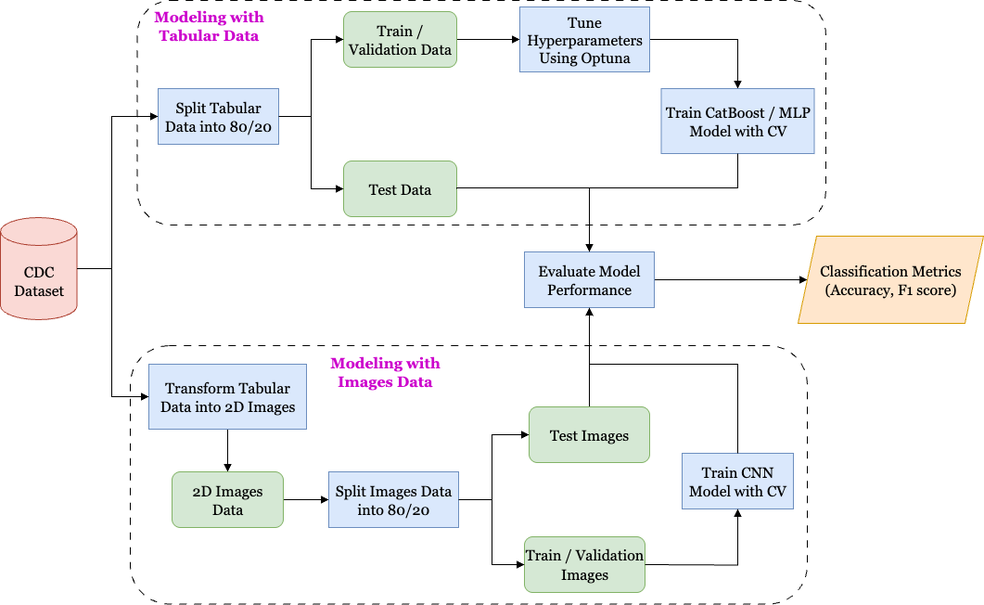
Above: img/methodology.png in shenghaowang/VitaScreen (draw.io), before the change. Source tidied: cells renumbered, new cells last; positions are measured from the earlier drawing's top-left corner, leaving out a move shared by most shapes.
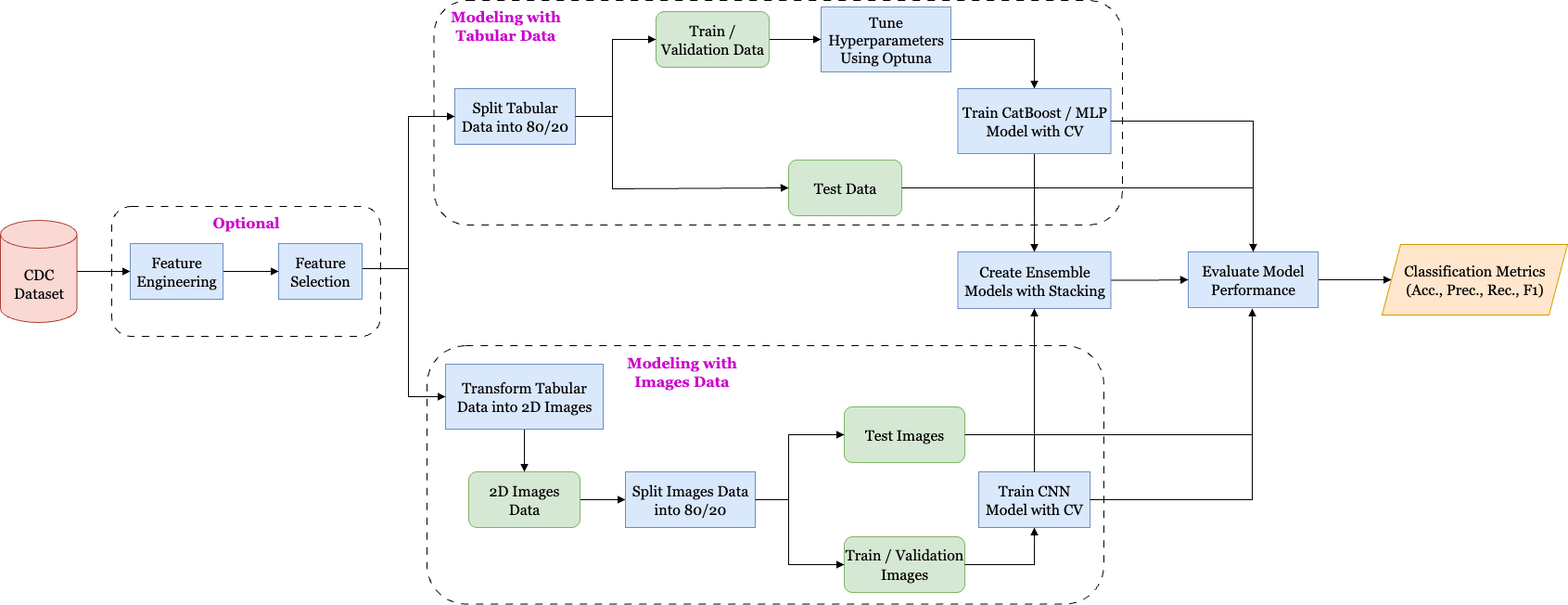
Above is the later version.

Commit message:
Update methodology diagram

The edit, as a diff of the source:
```diff
@@ -2,8 +2,20 @@
   <root>
     <mxCell id="0" />
     <mxCell id="1" parent="0" />
+    <mxCell id="26" style="rounded=1;whiteSpace=wrap;html=1;fillColor=none;dashed=1;dashPattern=8 8;" parent="1" vertex="1">
+      <mxGeometry x="147.5" width="742.5" height="242" as="geometry" />
+    </mxCell>
+    <mxCell id="27" style="rounded=1;whiteSpace=wrap;html=1;dashed=1;dashPattern=8 8;fillColor=none;glass=0;" parent="1" vertex="1">
+      <mxGeometry x="140" y="372" width="730" height="278.5" as="geometry" />
+    </mxCell>
+    <mxCell id="36" style="rounded=1;whiteSpace=wrap;html=1;fillStyle=auto;fillColor=none;dashed=1;dashPattern=8 8;" parent="1" vertex="1">
+      <mxGeometry x="-200" y="222" width="290" height="140" as="geometry" />
+    </mxCell>
+    <mxCell id="37" style="edgeStyle=orthogonalEdgeStyle;rounded=0;jettySize=auto;html=1;entryX=0;entryY=0.5;entryDx=0;entryDy=0;endArrow=block;endFill=1;" parent="1" edge="1" source="2" target="41">
+      <mxGeometry relative="1" as="geometry" />
+    </mxCell>
     <mxCell id="2" value="&lt;font face=&quot;Georgia&quot; style=&quot;font-size: 16px;&quot;&gt;CDC Dataset&lt;/font&gt;" style="shape=cylinder3;whiteSpace=wrap;html=1;boundedLbl=1;backgroundOutline=1;size=15;fillColor=#fad9d5;strokeColor=#ae4132;" parent="1" vertex="1">
-      <mxGeometry y="234" width="82.5" height="110" as="geometry" />
+      <mxGeometry x="-320" y="237" width="82.5" height="110" as="geometry" />
     </mxCell>
     <mxCell id="3" value="&lt;font face=&quot;Georgia&quot; style=&quot;font-size: 16px;&quot;&gt;Split Tabular Data into 80/20&lt;/font&gt;" style="rounded=0;whiteSpace=wrap;html=1;fillColor=#dae8fc;strokeColor=#6c8ebf;" parent="1" vertex="1">
       <mxGeometry x="170" y="95" width="130" height="60" as="geometry" />
@@ -18,23 +30,36 @@
       <mxGeometry relative="1" as="geometry" />
     </mxCell>
     <mxCell id="7" value="&lt;font face=&quot;Georgia&quot; style=&quot;font-size: 16px;&quot;&gt;Train / Validation Data&lt;/font&gt;" style="rounded=1;whiteSpace=wrap;html=1;fillColor=#d5e8d4;strokeColor=#82b366;" parent="1" vertex="1">
-      <mxGeometry x="370" y="12" width="122" height="60" as="geometry" />
+      <mxGeometry x="387" y="12" width="122" height="60" as="geometry" />
     </mxCell>
     <mxCell id="8" value="&lt;font face=&quot;Georgia&quot; style=&quot;font-size: 16px;&quot;&gt;Test Data&lt;/font&gt;" style="rounded=1;whiteSpace=wrap;html=1;fillColor=#d5e8d4;strokeColor=#82b366;" parent="1" vertex="1">
-      <mxGeometry x="370" y="173" width="122" height="60" as="geometry" />
+      <mxGeometry x="530" y="172" width="122" height="60" as="geometry" />
     </mxCell>
     <mxCell id="9" style="endArrow=block;html=1;rounded=0;exitX=1;exitY=0.5;exitDx=0;exitDy=0;entryX=0;entryY=0.5;entryDx=0;entryDy=0;edgeStyle=orthogonalEdgeStyle;endFill=1;" parent="1" edge="1" source="3" target="7">
-      <mxGeometry relative="1" as="geometry" />
+      <mxGeometry relative="1" as="geometry">
+        <Array as="points">
+          <mxPoint x="340" y="125" />
+          <mxPoint x="340" y="42" />
+        </Array>
+      </mxGeometry>
     </mxCell>
-    <mxCell id="10" style="endArrow=block;html=1;rounded=0;exitX=1;exitY=0.5;exitDx=0;exitDy=0;entryX=0;entryY=0.5;entryDx=0;entryDy=0;edgeStyle=orthogonalEdgeStyle;endFill=1;" parent="1" edge="1" source="3" target="8">
-      <mxGeometry relative="1" as="geometry" />
+    <mxCell id="10" style="endArrow=block;html=1;rounded=0;exitX=1;exitY=0.5;exitDx=0;exitDy=0;edgeStyle=orthogonalEdgeStyle;endFill=1;entryX=0;entryY=0.5;entryDx=0;entryDy=0;" parent="1" edge="1" source="3" target="8">
+      <mxGeometry relative="1" as="geometry">
+        <Array as="points">
+          <mxPoint x="340" y="125" />
+          <mxPoint x="340" y="203" />
+        </Array>
+      </mxGeometry>
     </mxCell>
     <mxCell id="11" style="edgeStyle=orthogonalEdgeStyle;rounded=0;jettySize=auto;html=1;endArrow=block;endFill=1;" parent="1" edge="1" source="12" target="13">
       <mxGeometry relative="1" as="geometry" />
     </mxCell>
     <mxCell id="12" value="&lt;font face=&quot;Georgia&quot; style=&quot;font-size: 16px;&quot;&gt;Tune Hyperparameters Using Optuna&lt;/font&gt;" style="rounded=0;whiteSpace=wrap;html=1;fillColor=#dae8fc;strokeColor=#6c8ebf;" parent="1" vertex="1">
-      <mxGeometry x="560" y="7" width="140" height="70" as="geometry" />
+      <mxGeometry x="565" y="7" width="140" height="70" as="geometry" />
     </mxCell>
+    <mxCell id="38" style="edgeStyle=orthogonalEdgeStyle;rounded=0;jettySize=auto;html=1;endArrow=block;endFill=1;" parent="1" edge="1" source="13" target="44">
+      <mxGeometry relative="1" as="geometry" />
+    </mxCell>
     <mxCell id="13" value="&lt;font face=&quot;Georgia&quot; style=&quot;font-size: 16px;&quot;&gt;Train CatBoost / MLP Model with CV&lt;/font&gt;" style="rounded=0;whiteSpace=wrap;html=1;fillColor=#dae8fc;strokeColor=#6c8ebf;" parent="1" vertex="1">
       <mxGeometry x="712.5" y="95" width="165" height="70" as="geometry" />
     </mxCell>
@@ -42,7 +67,7 @@
       <mxGeometry relative="1" as="geometry" />
     </mxCell>
     <mxCell id="15" value="&lt;font face=&quot;Georgia&quot; style=&quot;font-size: 16px;&quot;&gt;Evaluate Model Performance&lt;/font&gt;" style="rounded=0;whiteSpace=wrap;html=1;fillColor=#dae8fc;strokeColor=#6c8ebf;" parent="1" vertex="1">
-      <mxGeometry x="565" y="271" width="140" height="60" as="geometry" />
+      <mxGeometry x="961" y="271" width="140" height="60" as="geometry" />
     </mxCell>
     <mxCell id="16" style="edgeStyle=orthogonalEdgeStyle;rounded=0;jettySize=auto;html=1;endArrow=block;endFill=1;" parent="1" edge="1" source="17" target="18">
       <mxGeometry relative="1" as="geometry" />
@@ -53,14 +78,11 @@
     <mxCell id="18" value="&lt;font face=&quot;Georgia&quot; style=&quot;font-size: 16px;&quot;&gt;Split Images Data into 80/20&lt;/font&gt;" style="rounded=0;whiteSpace=wrap;html=1;fillColor=#dae8fc;strokeColor=#6c8ebf;" parent="1" vertex="1">
       <mxGeometry x="354" y="508" width="140" height="60" as="geometry" />
     </mxCell>
-    <mxCell id="19" style="edgeStyle=orthogonalEdgeStyle;rounded=0;jettySize=auto;html=1;" parent="1" edge="1" source="20" target="15">
-      <mxGeometry relative="1" as="geometry" />
-    </mxCell>
     <mxCell id="20" value="&lt;font face=&quot;Georgia&quot; style=&quot;font-size: 16px;&quot;&gt;Test Images&lt;/font&gt;" style="rounded=1;whiteSpace=wrap;html=1;fillColor=#d5e8d4;strokeColor=#82b366;" parent="1" vertex="1">
-      <mxGeometry x="570" y="438" width="130" height="60" as="geometry" />
+      <mxGeometry x="590" y="438" width="130" height="60" as="geometry" />
     </mxCell>
     <mxCell id="21" value="&lt;span style=&quot;font-size: 16px;&quot;&gt;&lt;font face=&quot;Georgia&quot;&gt;Train / Validation Images&lt;/font&gt;&lt;/span&gt;" style="rounded=1;whiteSpace=wrap;html=1;fillColor=#d5e8d4;strokeColor=#82b366;" parent="1" vertex="1">
-      <mxGeometry x="565" y="578" width="130" height="60" as="geometry" />
+      <mxGeometry x="590" y="578" width="130" height="60" as="geometry" />
     </mxCell>
     <mxCell id="22" style="endArrow=block;html=1;rounded=0;exitX=1;exitY=0.5;exitDx=0;exitDy=0;entryX=0;entryY=0.5;entryDx=0;entryDy=0;edgeStyle=orthogonalEdgeStyle;endFill=1;" parent="1" edge="1" source="18" target="21">
       <mxGeometry relative="1" as="geometry">
@@ -79,17 +101,11 @@
       </mxGeometry>
     </mxCell>
     <mxCell id="24" value="&lt;font face=&quot;Georgia&quot; style=&quot;font-size: 16px;&quot;&gt;Train CNN&lt;/font&gt;&lt;div&gt;&lt;font face=&quot;Georgia&quot; style=&quot;font-size: 16px;&quot;&gt;Model with CV&lt;/font&gt;&lt;/div&gt;" style="rounded=0;whiteSpace=wrap;html=1;fillColor=#dae8fc;strokeColor=#6c8ebf;" parent="1" vertex="1">
-      <mxGeometry x="735" y="488" width="120" height="60" as="geometry" />
+      <mxGeometry x="735" y="508" width="120" height="60" as="geometry" />
     </mxCell>
-    <mxCell id="25" value="&lt;font face=&quot;Georgia&quot; style=&quot;font-size: 16px;&quot;&gt;Classification Metrics (Accuracy, F1 score)&lt;/font&gt;" style="shape=parallelogram;perimeter=parallelogramPerimeter;whiteSpace=wrap;html=1;fixedSize=1;fillColor=#ffe6cc;strokeColor=#d79b00;" parent="1" vertex="1">
-      <mxGeometry x="860" y="254" width="200" height="94" as="geometry" />
+    <mxCell id="25" value="&lt;font face=&quot;Georgia&quot; style=&quot;font-size: 16px;&quot;&gt;Classification Metrics&lt;/font&gt;&lt;div&gt;&lt;font face=&quot;Georgia&quot; style=&quot;font-size: 16px;&quot;&gt;(Acc., Prec., Rec., F1)&lt;/font&gt;&lt;/div&gt;" style="shape=parallelogram;perimeter=parallelogramPerimeter;whiteSpace=wrap;html=1;fixedSize=1;fillColor=#ffe6cc;strokeColor=#d79b00;" parent="1" vertex="1">
+      <mxGeometry x="1170" y="263" width="200" height="76" as="geometry" />
     </mxCell>
-    <mxCell id="26" style="rounded=1;whiteSpace=wrap;html=1;fillColor=none;dashed=1;dashPattern=8 8;" parent="1" vertex="1">
-      <mxGeometry x="147.5" width="742.5" height="242" as="geometry" />
-    </mxCell>
-    <mxCell id="27" style="rounded=1;whiteSpace=wrap;html=1;dashed=1;dashPattern=8 8;fillColor=none;glass=0;" parent="1" vertex="1">
-      <mxGeometry x="140" y="372" width="730" height="278.5" as="geometry" />
-    </mxCell>
     <mxCell id="28" value="&lt;font face=&quot;Georgia&quot; style=&quot;font-size: 16px; color: rgb(204, 0, 204);&quot;&gt;&lt;b&gt;Modeling with Tabular Data&lt;/b&gt;&lt;/font&gt;" style="text;html=1;align=center;verticalAlign=middle;whiteSpace=wrap;rounded=0;" parent="1" vertex="1">
       <mxGeometry x="160" y="12" width="130" height="30" as="geometry" />
     </mxCell>
@@ -98,48 +114,63 @@
     </mxCell>
     <mxCell id="30" style="endArrow=block;html=1;rounded=0;entryX=0.5;entryY=1;entryDx=0;entryDy=0;edgeStyle=orthogonalEdgeStyle;endFill=1;" parent="1" edge="1" target="24">
       <mxGeometry relative="1" as="geometry">
-        <mxPoint x="695" y="608" as="sourcePoint" />
+        <mxPoint x="720" y="608" as="sourcePoint" />
       </mxGeometry>
     </mxCell>
-    <mxCell id="31" style="endArrow=block;html=1;rounded=0;exitX=0.5;exitY=0;exitDx=0;exitDy=0;entryX=0.5;entryY=1;entryDx=0;entryDy=0;edgeStyle=orthogonalEdgeStyle;endFill=1;" parent="1" edge="1" source="24" target="15">
-      <mxGeometry relative="1" as="geometry">
-        <Array as="points">
-          <mxPoint x="795" y="392" />
-          <mxPoint x="635" y="392" />
-        </Array>
-      </mxGeometry>
-    </mxCell>
-    <mxCell id="32" style="endArrow=block;html=1;rounded=0;exitX=1;exitY=0.5;exitDx=0;exitDy=0;exitPerimeter=0;entryX=0;entryY=0.5;entryDx=0;entryDy=0;edgeStyle=orthogonalEdgeStyle;endFill=1;" parent="1" edge="1" source="2" target="3">
+    <mxCell id="32" style="endArrow=block;html=1;rounded=0;entryX=0;entryY=0.5;entryDx=0;entryDy=0;edgeStyle=orthogonalEdgeStyle;endFill=1;" parent="1" edge="1" target="3">
       <mxGeometry relative="1" as="geometry">
+        <mxPoint x="40" y="292" as="sourcePoint" />
         <Array as="points">
           <mxPoint x="120" y="289" />
           <mxPoint x="120" y="125" />
         </Array>
       </mxGeometry>
     </mxCell>
-    <mxCell id="33" style="endArrow=block;html=1;rounded=0;exitX=1;exitY=0.5;exitDx=0;exitDy=0;exitPerimeter=0;entryX=0;entryY=0.5;entryDx=0;entryDy=0;edgeStyle=orthogonalEdgeStyle;endFill=1;" parent="1" edge="1" source="2" target="5">
+    <mxCell id="33" style="endArrow=block;html=1;rounded=0;exitX=1;exitY=0.5;exitDx=0;exitDy=0;entryX=0;entryY=0.5;entryDx=0;entryDy=0;edgeStyle=orthogonalEdgeStyle;endFill=1;" parent="1" edge="1" source="39" target="5">
       <mxGeometry relative="1" as="geometry">
         <Array as="points">
+          <mxPoint x="40" y="289" />
           <mxPoint x="120" y="289" />
           <mxPoint x="120" y="427" />
         </Array>
       </mxGeometry>
     </mxCell>
+    <mxCell id="39" value="&lt;font face=&quot;Georgia&quot; style=&quot;font-size: 16px;&quot;&gt;Feature Selection&lt;/font&gt;" style="rounded=0;whiteSpace=wrap;html=1;fillColor=#dae8fc;strokeColor=#6c8ebf;" parent="1" vertex="1">
+      <mxGeometry x="-20" y="262" width="90" height="60" as="geometry" />
+    </mxCell>
+    <mxCell id="40" style="edgeStyle=orthogonalEdgeStyle;rounded=0;jettySize=auto;html=1;endArrow=block;endFill=1;" parent="1" edge="1" source="41" target="39">
+      <mxGeometry relative="1" as="geometry" />
+    </mxCell>
+    <mxCell id="41" value="&lt;font face=&quot;Georgia&quot; style=&quot;font-size: 16px;&quot;&gt;Feature Engineering&lt;/font&gt;" style="rounded=0;whiteSpace=wrap;html=1;fillColor=#dae8fc;strokeColor=#6c8ebf;" parent="1" vertex="1">
+      <mxGeometry x="-180" y="262" width="100" height="60" as="geometry" />
+    </mxCell>
+    <mxCell id="42" value="&lt;font face=&quot;Georgia&quot; style=&quot;font-size: 16px; color: rgb(204, 0, 204);&quot;&gt;&lt;b&gt;Optional&lt;/b&gt;&lt;/font&gt;" style="text;html=1;align=center;verticalAlign=middle;whiteSpace=wrap;rounded=0;" parent="1" vertex="1">
+      <mxGeometry x="-150" y="224" width="190" height="30" as="geometry" />
+    </mxCell>
+    <mxCell id="43" style="edgeStyle=orthogonalEdgeStyle;rounded=0;jettySize=auto;html=1;endArrow=block;endFill=1;" parent="1" edge="1" source="44" target="15">
+      <mxGeometry relative="1" as="geometry" />
+    </mxCell>
+    <mxCell id="44" value="&lt;font face=&quot;Georgia&quot; style=&quot;font-size: 16px;&quot;&gt;Create Ensemble Models with Stacking&lt;/font&gt;" style="rounded=0;whiteSpace=wrap;html=1;fillColor=#dae8fc;strokeColor=#6c8ebf;" parent="1" vertex="1">
+      <mxGeometry x="712.5" y="271" width="165" height="61" as="geometry" />
+    </mxCell>
+    <mxCell id="45" style="endArrow=block;html=1;rounded=0;exitX=0.5;exitY=0;exitDx=0;exitDy=0;entryX=0.5;entryY=1;entryDx=0;entryDy=0;endFill=1;" parent="1" edge="1" source="24" target="44">
+      <mxGeometry relative="1" as="geometry" />
+    </mxCell>
+    <mxCell id="35" style="endArrow=block;html=1;rounded=0;exitX=1;exitY=0.5;exitDx=0;exitDy=0;entryX=0.5;entryY=0;entryDx=0;entryDy=0;edgeStyle=orthogonalEdgeStyle;endFill=1;" parent="1" edge="1" source="8" target="15">
+      <mxGeometry relative="1" as="geometry" />
+    </mxCell>
-    <mxCell id="34" style="endArrow=block;html=1;rounded=0;exitX=0.5;exitY=1;exitDx=0;exitDy=0;entryX=0.5;entryY=0;entryDx=0;entryDy=0;edgeStyle=orthogonalEdgeStyle;endFill=1;" parent="1" edge="1" source="13" target="15">
-      <mxGeometry relative="1" as="geometry">
-        <Array as="points">
-          <mxPoint x="795" y="202" />
-          <mxPoint x="635" y="202" />
-        </Array>
-      </mxGeometry>
+    <mxCell id="34" style="endArrow=classic;html=1;rounded=0;exitX=1;exitY=0.5;exitDx=0;exitDy=0;entryX=0.5;entryY=0;entryDx=0;entryDy=0;edgeStyle=orthogonalEdgeStyle;" parent="1" edge="1" source="13" target="15">
+      <mxGeometry relative="1" as="geometry" />
     </mxCell>
-    <mxCell id="35" style="endArrow=block;html=1;rounded=0;exitX=1;exitY=0.5;exitDx=0;exitDy=0;entryX=0.5;entryY=0;entryDx=0;entryDy=0;endFill=1;edgeStyle=orthogonalEdgeStyle;" parent="1" edge="1" source="8" target="15">
-      <mxGeometry relative="1" as="geometry">
-        <Array as="points">
-          <mxPoint x="492" y="202" />
-          <mxPoint x="635" y="202" />
-        </Array>
-      </mxGeometry>
-    </mxCell>
+    <mxCell id="46" style="endArrow=block;html=1;rounded=0;exitX=1;exitY=0.5;exitDx=0;exitDy=0;endFill=1;edgeStyle=orthogonalEdgeStyle;" parent="1" edge="1" source="24">
+      <mxGeometry relative="1" as="geometry">
+        <mxPoint x="1030" y="332" as="targetPoint" />
+      </mxGeometry>
+    </mxCell>
+    <mxCell id="47" style="endArrow=block;html=1;rounded=0;exitX=1;exitY=0.5;exitDx=0;exitDy=0;edgeStyle=orthogonalEdgeStyle;endFill=1;" parent="1" edge="1" source="20">
+      <mxGeometry relative="1" as="geometry">
+        <mxPoint x="1030" y="332" as="targetPoint" />
+      </mxGeometry>
+    </mxCell>
   </root>
 </mxGraphModel>
```
